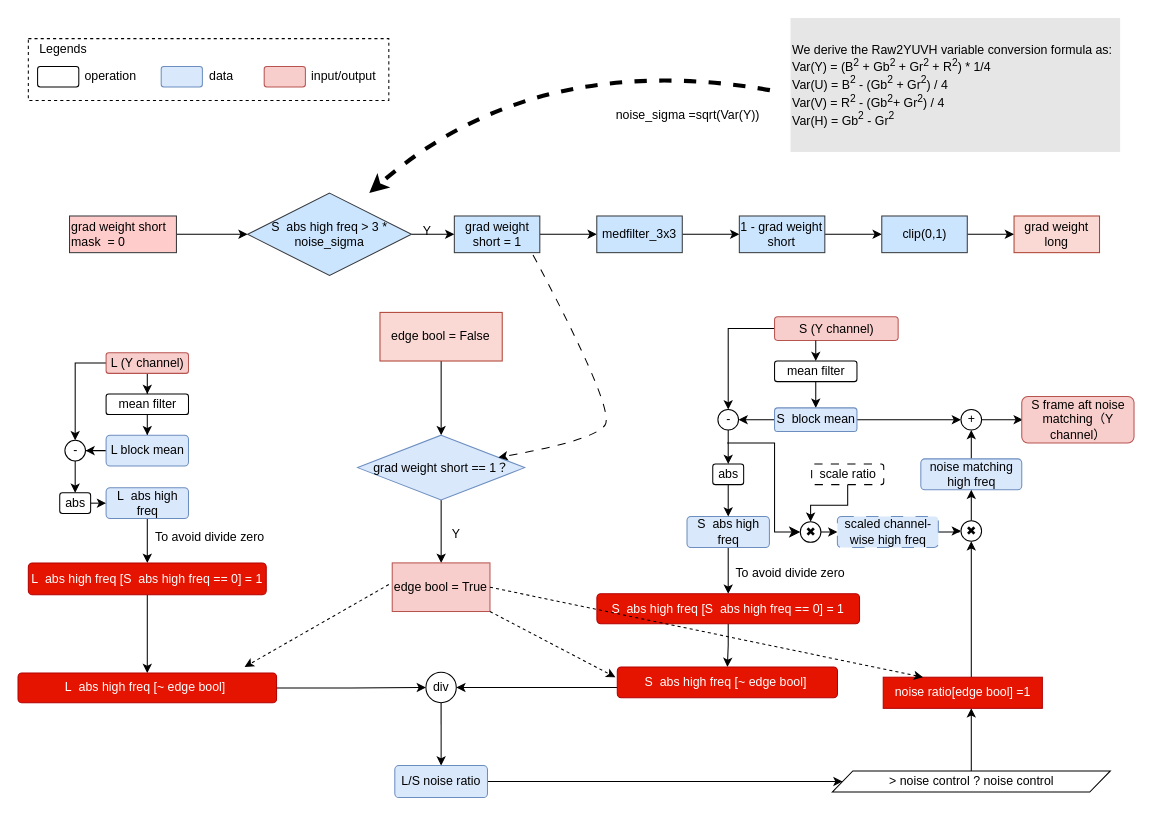
This is page "noise_march_improve" (22 of 26) of sunshine.drawio from leixuehui/drawio, a draw.io file, before an edit. Source tidied: cells renumbered, new cells numbered last; positions are measured from the earlier drawing's top-left corner, leaving out a move shared by most shapes. Both pictures are drawn from the tidied source at 103%, with x=0, y=0 at pixel (18, 18).
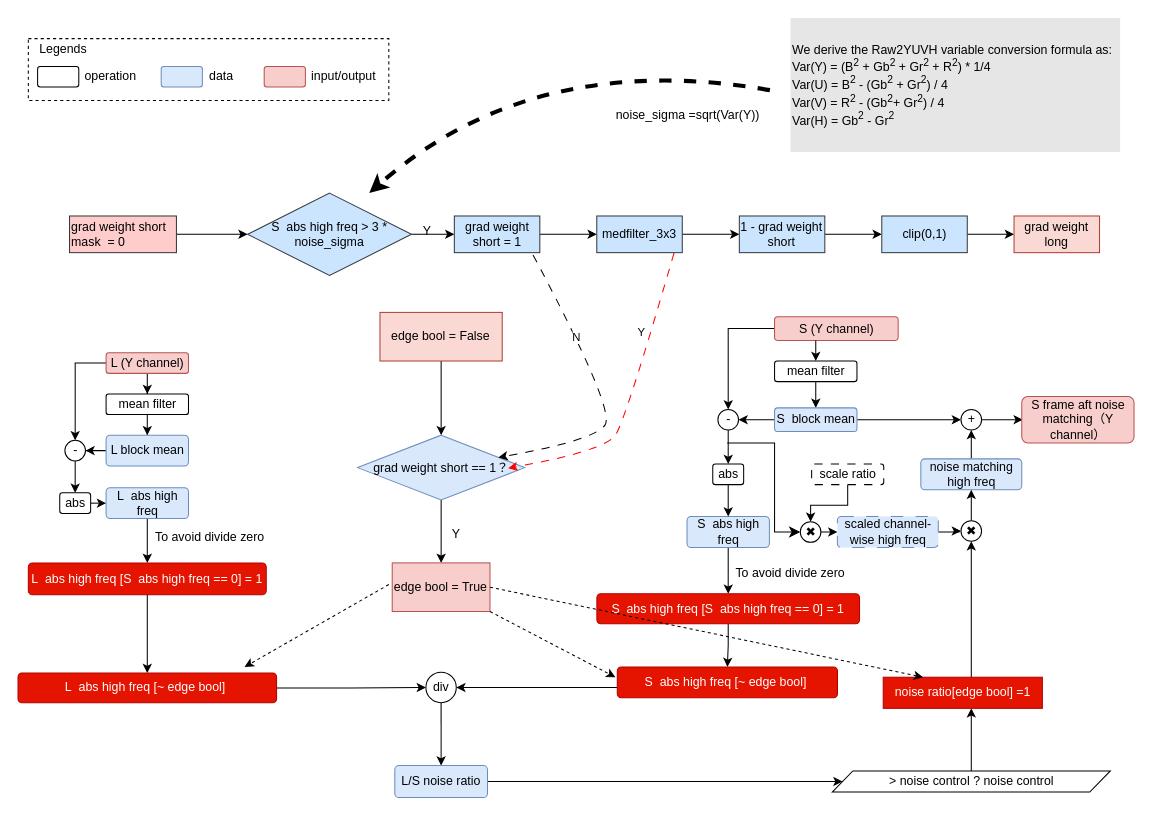
Above is the later version.

The change refers to these unchanged cells:
```xml
<mxCell id="87" value="medfilter_3x3" style="whiteSpace=wrap;html=1;rounded=0;labelBackgroundColor=none;fillColor=#cce5ff;strokeColor=#36393d;" parent="1" vertex="1">
  <mxGeometry x="561.9" y="192.2" width="83" height="35.6" as="geometry" />
</mxCell>
<mxCell id="93" style="curved=1;endArrow=classic;html=1;rounded=0;dashed=1;dashPattern=8 8;" parent="1" edge="1" target="76">
  <mxGeometry relative="1" as="geometry">
    <mxPoint x="500" y="230" as="sourcePoint" />
    <Array as="points">
      <mxPoint x="580" y="380" />
      <mxPoint x="560" y="410" />
    </Array>
  </mxGeometry>
</mxCell>
```

The edit, as a diff of the source:
```diff
@@
+    <mxCell id="97" value="N" style="edgeLabel;html=1;align=center;verticalAlign=middle;" parent="93" vertex="1">
+      <mxGeometry x="-0.4" y="-1" relative="1" as="geometry" />
+    </mxCell>
@@
+    <mxCell id="98" style="curved=1;endArrow=classic;html=1;rounded=0;dashed=1;dashPattern=8 8;exitX=0.904;exitY=1.006;exitDx=0;exitDy=0;exitPerimeter=0;strokeColor=#FF0000;" parent="1" edge="1" source="87">
+      <mxGeometry relative="1" as="geometry">
+        <mxPoint x="476" y="437" as="targetPoint" />
+        <Array as="points">
+          <mxPoint x="590" y="390" />
+          <mxPoint x="570" y="420" />
+        </Array>
+      </mxGeometry>
+    </mxCell>
+    <mxCell id="99" value="Y" style="edgeLabel;html=1;align=center;verticalAlign=middle;" parent="98" vertex="1">
+      <mxGeometry x="-0.45" y="-10" relative="1" as="geometry" />
+    </mxCell>
```
